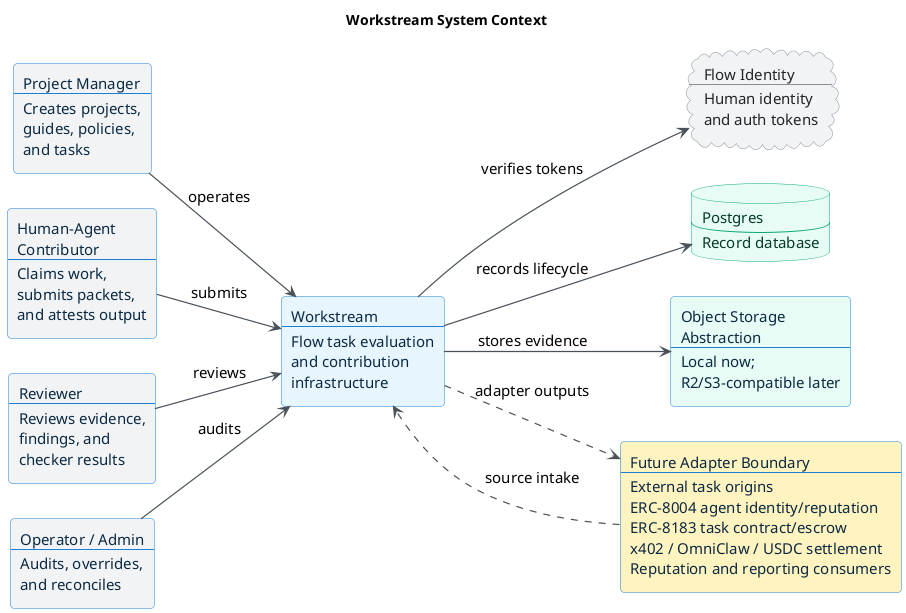
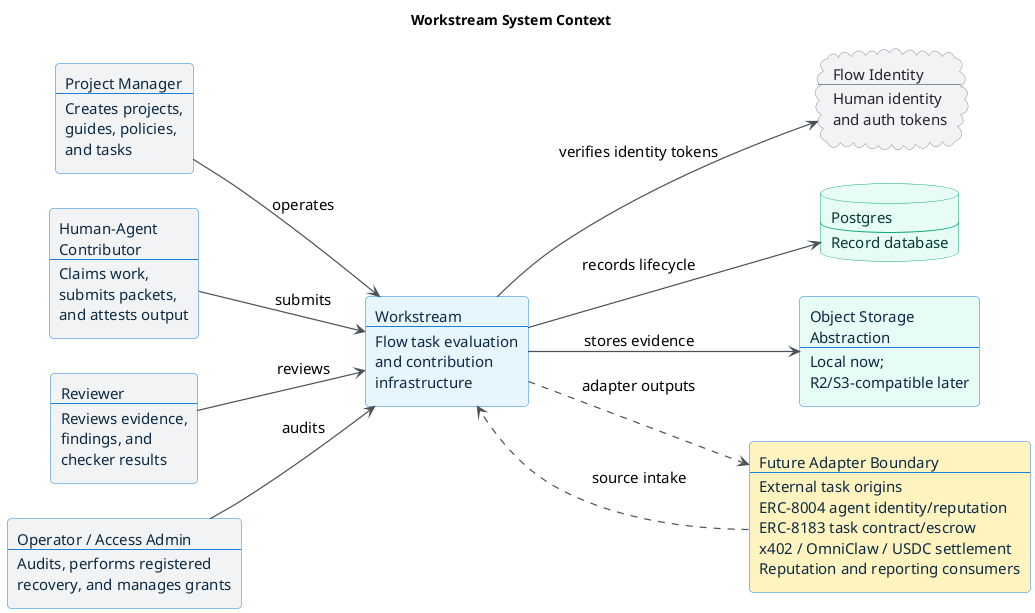
@startuml workstream_context
title Workstream System Context

left to right direction

skinparam backgroundColor #FFFFFF
skinparam shadowing false
skinparam roundcorner 8
skinparam defaultFontName Arial
skinparam defaultFontSize 15
skinparam ArrowColor #495057
skinparam ArrowThickness 1.2
skinparam packageStyle rectangle
skinparam rectangle {
  BorderColor #1C7ED6
  BackgroundColor #E7F5FF
  FontColor #0B2942
}
skinparam database {
  BorderColor #0CA678
  BackgroundColor #E6FCF5
  FontColor #063B2C
}
skinparam cloud {
  BorderColor #868E96
  BackgroundColor #F1F3F5
  FontColor #212529
}

rectangle "Project Manager\n----\nCreates projects,\nguides, policies,\nand tasks" as project_manager #F1F3F5
rectangle "Human-Agent\nContributor\n----\nClaims work,\nsubmits packets,\nand attests output" as worker #F1F3F5
rectangle "Reviewer\n----\nReviews evidence,\nfindings, and\nchecker results" as reviewer #F1F3F5
- rectangle "Operator / Admin\n----\nAudits, overrides,\nand reconciles" as operator #F1F3F5
+ rectangle "Operator / Access Admin\n----\nAudits, performs registered\nrecovery, and manages grants" as operator #F1F3F5

rectangle "Workstream\n----\nFlow task evaluation\nand contribution\ninfrastructure" as workstream #E7F5FF

cloud "Flow Identity\n----\nHuman identity\nand auth tokens" as flow_auth
database "Postgres\n----\nRecord database" as postgres
rectangle "Object Storage\nAbstraction\n----\nLocal now;\nR2/S3-compatible later" as storage #E6FCF5

rectangle "Future Adapter Boundary\n----\nExternal task origins\nERC-8004 agent identity/reputation\nERC-8183 task contract/escrow\nx402 / OmniClaw / USDC settlement\nReputation and reporting consumers" as future_boundary #FFF3BF

project_manager --> workstream : operates
worker --> workstream : submits
reviewer --> workstream : reviews
operator --> workstream : audits

- workstream --> flow_auth : verifies tokens
+ workstream --> flow_auth : verifies identity tokens
workstream --> postgres : records lifecycle
workstream --> storage : stores evidence

future_boundary ..> workstream : source intake
workstream ..> future_boundary : adapter outputs

@enduml
